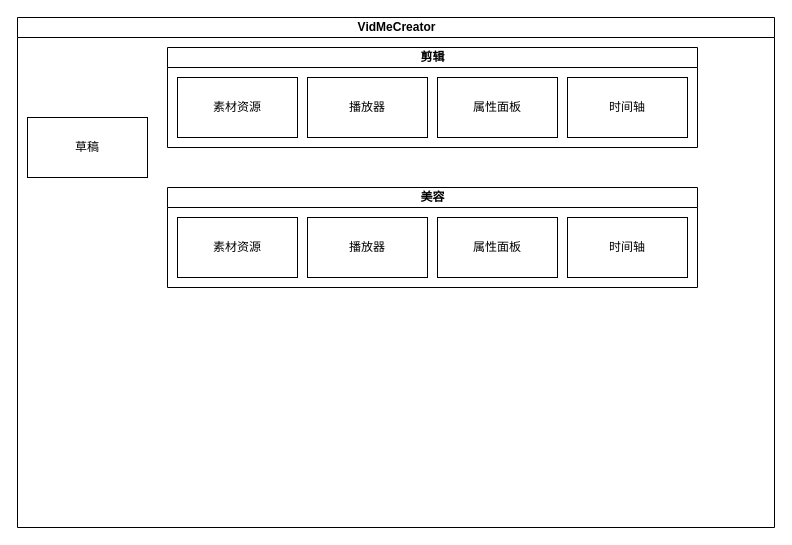
Above: VidMeCreator.drawio in yanhj/DrawIO (draw.io), before the change. Source tidied: cells renumbered, new cells numbered last; positions are measured from the earlier drawing's top-left corner, leaving out a move shared by most shapes. Both pictures are drawn from the tidied source at 100%, with x=0, y=0 at pixel (17, 17).
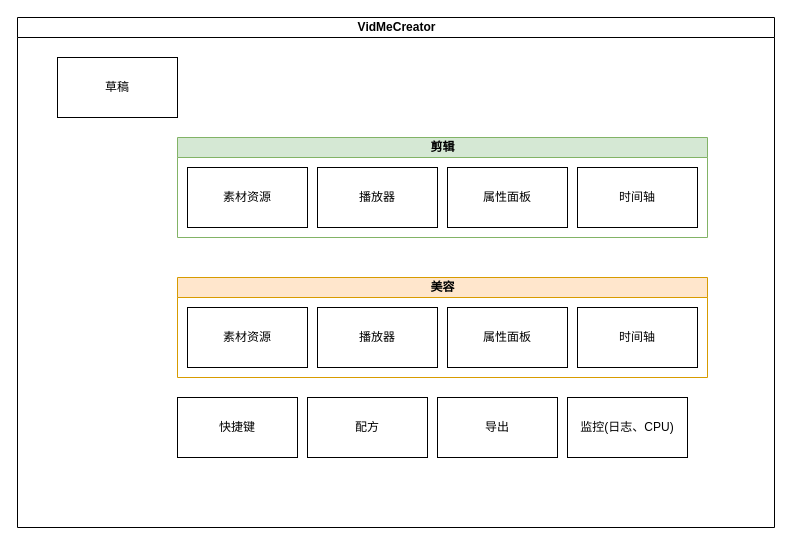
The same page after the edit.

Diff of the diagram source:
```diff
@@
 <mxGraphModel>
   <root>
     <mxCell id="0" />
     <mxCell id="1" parent="0" />
     <mxCell id="2" value="VidMeCreator" style="swimlane;html=1;startSize=20;horizontal=1;containerType=tree;glass=0;" parent="1" vertex="1">
       <mxGeometry width="757" height="510" as="geometry" />
     </mxCell>
     <mxCell id="3" value="草稿" style="rounded=0;whiteSpace=wrap;html=1;" parent="2" vertex="1">
-      <mxGeometry x="10" y="100" width="120" height="60" as="geometry" />
+      <mxGeometry x="40" y="40" width="120" height="60" as="geometry" />
     </mxCell>
-    <mxCell id="4" value="剪辑" style="swimlane;html=1;startSize=20;horizontal=1;containerType=tree;glass=0;" parent="2" vertex="1">
-      <mxGeometry x="150" y="30" width="530" height="100" as="geometry" />
+    <mxCell id="4" value="剪辑" style="swimlane;html=1;startSize=20;horizontal=1;containerType=tree;glass=0;fillColor=#d5e8d4;strokeColor=#82b366;" parent="2" vertex="1">
+      <mxGeometry x="160" y="120" width="530" height="100" as="geometry" />
     </mxCell>
     <mxCell id="5" value="素材资源&lt;br&gt;" style="rounded=0;whiteSpace=wrap;html=1;" parent="4" vertex="1">
       <mxGeometry x="10" y="30" width="120" height="60" as="geometry" />
     </mxCell>
     <mxCell id="6" value="属性面板" style="rounded=0;whiteSpace=wrap;html=1;" parent="4" vertex="1">
       <mxGeometry x="270" y="30" width="120" height="60" as="geometry" />
     </mxCell>
     <mxCell id="7" value="播放器" style="rounded=0;whiteSpace=wrap;html=1;" parent="4" vertex="1">
       <mxGeometry x="140" y="30" width="120" height="60" as="geometry" />
     </mxCell>
     <mxCell id="8" value="时间轴" style="rounded=0;whiteSpace=wrap;html=1;" parent="4" vertex="1">
       <mxGeometry x="400" y="30" width="120" height="60" as="geometry" />
     </mxCell>
-    <mxCell id="9" value="美容" style="swimlane;html=1;startSize=20;horizontal=1;containerType=tree;glass=0;" parent="2" vertex="1">
-      <mxGeometry x="150" y="170" width="530" height="100" as="geometry" />
+    <mxCell id="9" value="美容" style="swimlane;html=1;startSize=20;horizontal=1;containerType=tree;glass=0;fillColor=#ffe6cc;strokeColor=#d79b00;" parent="2" vertex="1">
+      <mxGeometry x="160" y="260" width="530" height="100" as="geometry" />
     </mxCell>
     <mxCell id="10" value="素材资源&lt;br&gt;" style="rounded=0;whiteSpace=wrap;html=1;" parent="9" vertex="1">
       <mxGeometry x="10" y="30" width="120" height="60" as="geometry" />
     </mxCell>
     <mxCell id="11" value="属性面板" style="rounded=0;whiteSpace=wrap;html=1;" parent="9" vertex="1">
       <mxGeometry x="270" y="30" width="120" height="60" as="geometry" />
     </mxCell>
     <mxCell id="12" value="播放器" style="rounded=0;whiteSpace=wrap;html=1;" parent="9" vertex="1">
       <mxGeometry x="140" y="30" width="120" height="60" as="geometry" />
     </mxCell>
     <mxCell id="13" value="时间轴" style="rounded=0;whiteSpace=wrap;html=1;" parent="9" vertex="1">
       <mxGeometry x="400" y="30" width="120" height="60" as="geometry" />
     </mxCell>
+    <mxCell id="14" value="监控(日志、CPU)" style="rounded=0;whiteSpace=wrap;html=1;" parent="2" vertex="1">
+      <mxGeometry x="550" y="380" width="120" height="60" as="geometry" />
+    </mxCell>
+    <mxCell id="15" value="导出" style="rounded=0;whiteSpace=wrap;html=1;" parent="2" vertex="1">
+      <mxGeometry x="420" y="380" width="120" height="60" as="geometry" />
+    </mxCell>
+    <mxCell id="16" value="配方" style="rounded=0;whiteSpace=wrap;html=1;" parent="2" vertex="1">
+      <mxGeometry x="290" y="380" width="120" height="60" as="geometry" />
+    </mxCell>
+    <mxCell id="17" value="快捷键" style="rounded=0;whiteSpace=wrap;html=1;" parent="2" vertex="1">
+      <mxGeometry x="160" y="380" width="120" height="60" as="geometry" />
+    </mxCell>
   </root>
 </mxGraphModel>
```
